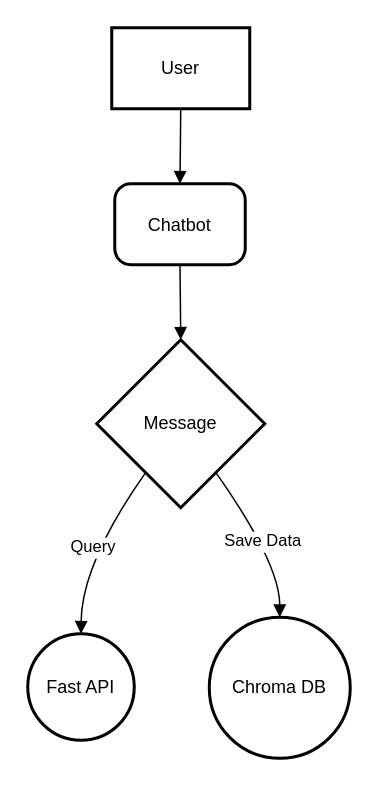
Above: RAG chatbot.drawio in boris-korotkov/ollama-test (draw.io), before the change. Source tidied: cells renumbered, new cells numbered last; positions are measured from the earlier drawing's top-left corner, leaving out a move shared by most shapes. Both pictures are drawn from the tidied source at 150%, with x=0, y=0 at pixel (27, 27).
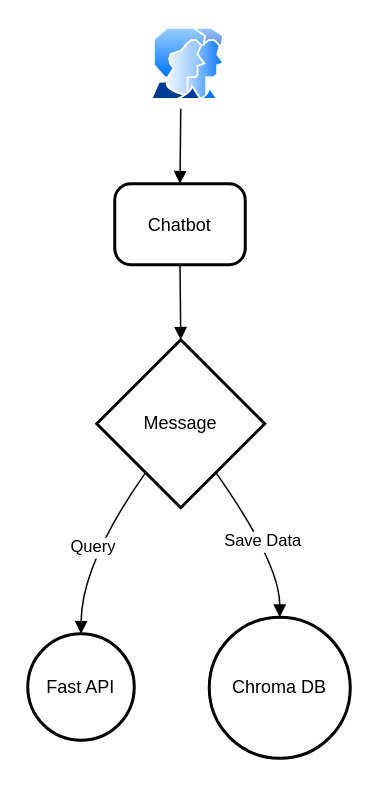
Above is the later version.

The edit, as a diff of the source:
```diff
@@
 <mxGraphModel>
   <root>
     <mxCell id="0" />
     <mxCell id="1" parent="0" />
-    <mxCell id="2" value="User" style="whiteSpace=wrap;strokeWidth=2;" parent="1" vertex="1">
-      <mxGeometry x="56" width="92" height="54" as="geometry" />
-    </mxCell>
     <mxCell id="3" value="Chatbot" style="rounded=1;arcSize=20;strokeWidth=2;" parent="1" vertex="1">
       <mxGeometry x="58" y="104" width="87" height="54" as="geometry" />
     </mxCell>
     <mxCell id="4" value="Message" style="rhombus;strokeWidth=2;whiteSpace=wrap;" parent="1" vertex="1">
       <mxGeometry x="46" y="208" width="112" height="112" as="geometry" />
     </mxCell>
     <mxCell id="5" value="Fast API" style="ellipse;strokeWidth=2;whiteSpace=wrap;" parent="1" vertex="1">
       <mxGeometry y="404" width="71" height="71" as="geometry" />
     </mxCell>
     <mxCell id="6" value="Chroma DB" style="ellipse;strokeWidth=2;whiteSpace=wrap;" parent="1" vertex="1">
       <mxGeometry x="121" y="393" width="94" height="94" as="geometry" />
     </mxCell>
-    <mxCell id="7" style="curved=1;startArrow=none;endArrow=block;exitX=0.5;exitY=1;entryX=0.5;entryY=0;" parent="1" edge="1" source="2" target="3">
-      <mxGeometry relative="1" as="geometry" />
+    <mxCell id="7" style="curved=1;startArrow=none;endArrow=block;exitX=0.5;exitY=1;entryX=0.5;entryY=0;" parent="1" edge="1" target="3">
+      <mxGeometry relative="1" as="geometry">
+        <mxPoint x="102" y="54" as="sourcePoint" />
+      </mxGeometry>
     </mxCell>
     <mxCell id="8" style="curved=1;startArrow=none;endArrow=block;exitX=0.5;exitY=1;entryX=0.5;entryY=0;" parent="1" edge="1" source="3" target="4">
       <mxGeometry relative="1" as="geometry" />
     </mxCell>
     <mxCell id="9" value="Query" style="curved=1;startArrow=none;endArrow=block;exitX=0.14;exitY=1;entryX=0.5;entryY=0;" parent="1" edge="1" source="4" target="5">
       <mxGeometry relative="1" as="geometry">
         <Array as="points">
           <mxPoint x="36" y="357" />
         </Array>
       </mxGeometry>
     </mxCell>
     <mxCell id="10" value="Save Data" style="curved=1;startArrow=none;endArrow=block;exitX=0.86;exitY=1;entryX=0.5;entryY=0;" parent="1" edge="1" source="4" target="6">
       <mxGeometry relative="1" as="geometry">
         <Array as="points">
           <mxPoint x="168" y="357" />
         </Array>
       </mxGeometry>
     </mxCell>
+    <mxCell id="11" style="image;perimeter=ellipsePerimeter;html=1;align=center;shadow=0;dashed=0;spacingTop=3;image=img/lib/active_directory/user_accounts.svg;" parent="1" vertex="1">
+      <mxGeometry x="82" width="50" height="48.5" as="geometry" />
+    </mxCell>
   </root>
 </mxGraphModel>
```
